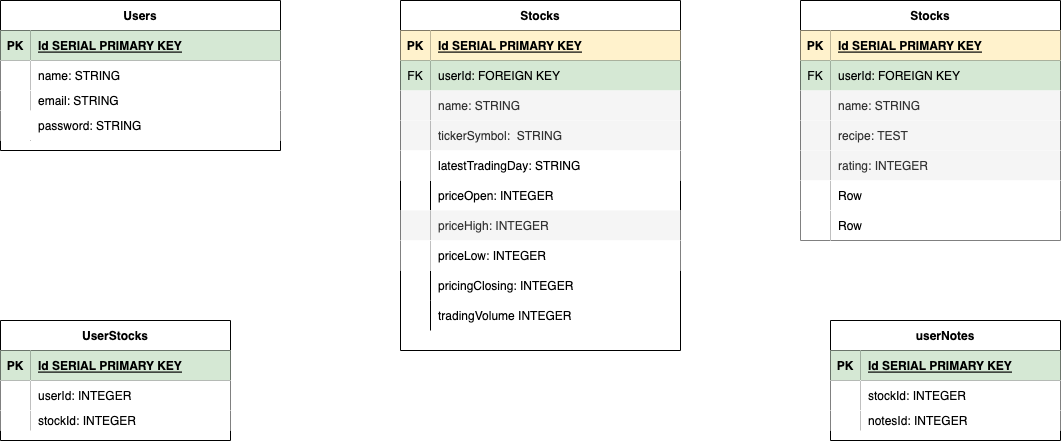
Earlier version of the draw.io export ERD.drawio.png (Professorsurf/Project-2). Source tidied: cells renumbered, new cells last; positions are measured from the earlier drawing's top-left corner, leaving out a move shared by most shapes.
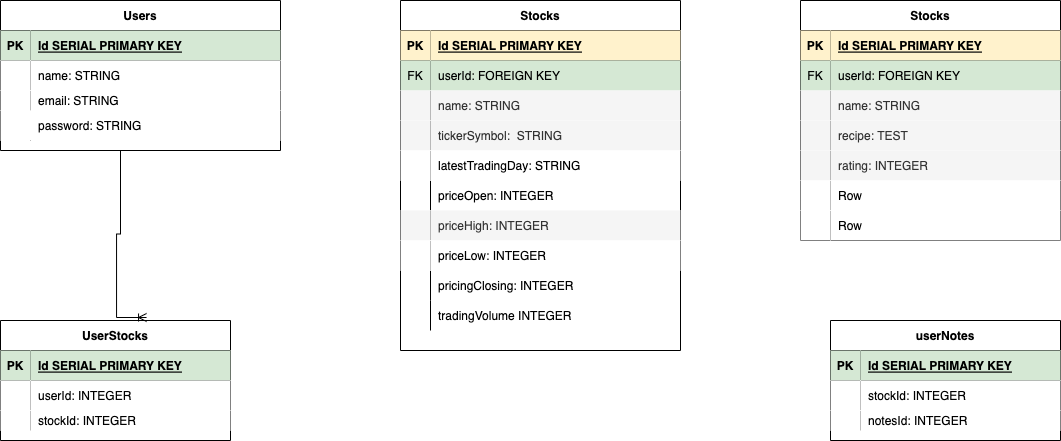
Above is the later version.

Change to the diagram source:
```diff
@@ -260,5 +260,10 @@
     <mxCell id="87" value="Row" style="shape=partialRectangle;top=0;left=0;bottom=0;right=0;align=left;spacingLeft=6;overflow=hidden;rounded=0;" parent="85" vertex="1">
       <mxGeometry x="30" width="230" height="30" as="geometry" />
     </mxCell>
+    <mxCell id="88" style="edgeStyle=entityRelationEdgeStyle;fontSize=12;html=1;endArrow=ERoneToMany;rounded=0;entryX=0.635;entryY=-0.025;entryDx=0;entryDy=0;entryPerimeter=0;" parent="1" edge="1" target="46">
+      <mxGeometry relative="1" as="geometry">
+        <mxPoint x="90" y="150" as="sourcePoint" />
+      </mxGeometry>
+    </mxCell>
   </root>
 </mxGraphModel>
```
